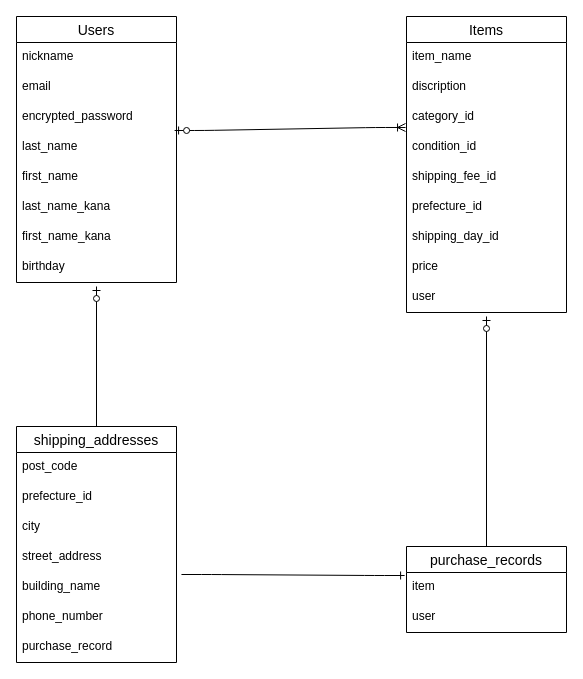
kenjii-tech/furima-41352 keeps this draw.io diagram as furima.dio. Above is the earlier version. Source tidied: cells renumbered, new cells numbered last; positions are measured from the earlier drawing's top-left corner, leaving out a move shared by most shapes. Both pictures are drawn from the tidied source at 100%, with x=0, y=0 at pixel (16, 16).
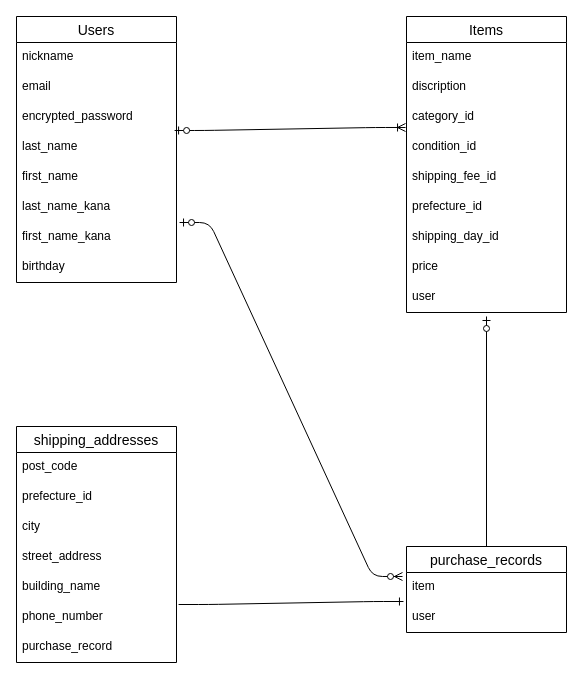
The same page after the edit.

Commit message:
ER図、READMEの修正_7

Unchanged cells that the change refers to:
```xml
<mxCell id="9" value="first_name_kana" style="text;strokeColor=none;fillColor=none;spacingLeft=4;spacingRight=4;overflow=hidden;points=[[0,0.5],[1,0.5]];portConstraint=eastwest;fontSize=12;" parent="2" vertex="1">
  <mxGeometry y="206" width="160" height="30" as="geometry" />
</mxCell>
<mxCell id="22" value="item" style="text;strokeColor=none;fillColor=none;spacingLeft=4;spacingRight=4;overflow=hidden;points=[[0,0.5],[1,0.5]];portConstraint=eastwest;fontSize=12;" parent="21" vertex="1">
  <mxGeometry y="26" width="160" height="30" as="geometry" />
</mxCell>
<mxCell id="24" value="shipping_addresses" style="swimlane;fontStyle=0;horizontal=1;startSize=26;align=center;fontSize=14;" parent="1" vertex="1">
  <mxGeometry y="410" width="160" height="236" as="geometry" />
</mxCell>
<mxCell id="28" value="street_address" style="text;strokeColor=none;fillColor=none;spacingLeft=4;spacingRight=4;overflow=hidden;points=[[0,0.5],[1,0.5]];portConstraint=eastwest;fontSize=12;" parent="24" vertex="1">
  <mxGeometry y="116" width="160" height="30" as="geometry" />
</mxCell>
<mxCell id="29" value="building_name" style="text;strokeColor=none;fillColor=none;spacingLeft=4;spacingRight=4;overflow=hidden;points=[[0,0.5],[1,0.5]];portConstraint=eastwest;fontSize=12;" parent="24" vertex="1">
  <mxGeometry y="146" width="160" height="30" as="geometry" />
</mxCell>
```

Diff of the diagram source:
```diff
@@
-    <mxCell id="34" style="edgeStyle=entityRelationEdgeStyle;fontSize=12;html=1;endArrow=ERone;endFill=1;entryX=-0.012;entryY=0.1;entryDx=0;entryDy=0;entryPerimeter=0;exitX=1.031;exitY=1.067;exitDx=0;exitDy=0;exitPerimeter=0;" parent="1" edge="1" source="28">
-      <mxGeometry relative="1" as="geometry">
-        <mxPoint x="388.1" y="559" as="targetPoint" />
-      </mxGeometry>
+    <mxCell id="34" style="edgeStyle=entityRelationEdgeStyle;fontSize=12;html=1;endArrow=ERone;endFill=1;entryX=-0.019;entryY=0.967;entryDx=0;entryDy=0;entryPerimeter=0;exitX=1.013;exitY=1.067;exitDx=0;exitDy=0;exitPerimeter=0;" parent="1" edge="1" source="29" target="22">
+      <mxGeometry relative="1" as="geometry" />
     </mxCell>
-    <mxCell id="35" style="fontSize=12;html=1;endArrow=ERzeroToOne;endFill=1;exitX=0.5;exitY=0;exitDx=0;exitDy=0;" parent="1" edge="1" source="24">
-      <mxGeometry relative="1" as="geometry">
-        <mxPoint x="80" y="270" as="targetPoint" />
-      </mxGeometry>
-    </mxCell>
+    <mxCell id="36" style="edgeStyle=entityRelationEdgeStyle;fontSize=12;html=1;endArrow=ERzeroToMany;startArrow=ERzeroToOne;exitX=1.019;exitY=0;exitDx=0;exitDy=0;exitPerimeter=0;entryX=-0.025;entryY=0.133;entryDx=0;entryDy=0;entryPerimeter=0;" parent="1" edge="1" source="9" target="22">
+      <mxGeometry relative="1" as="geometry" />
+    </mxCell>
```
